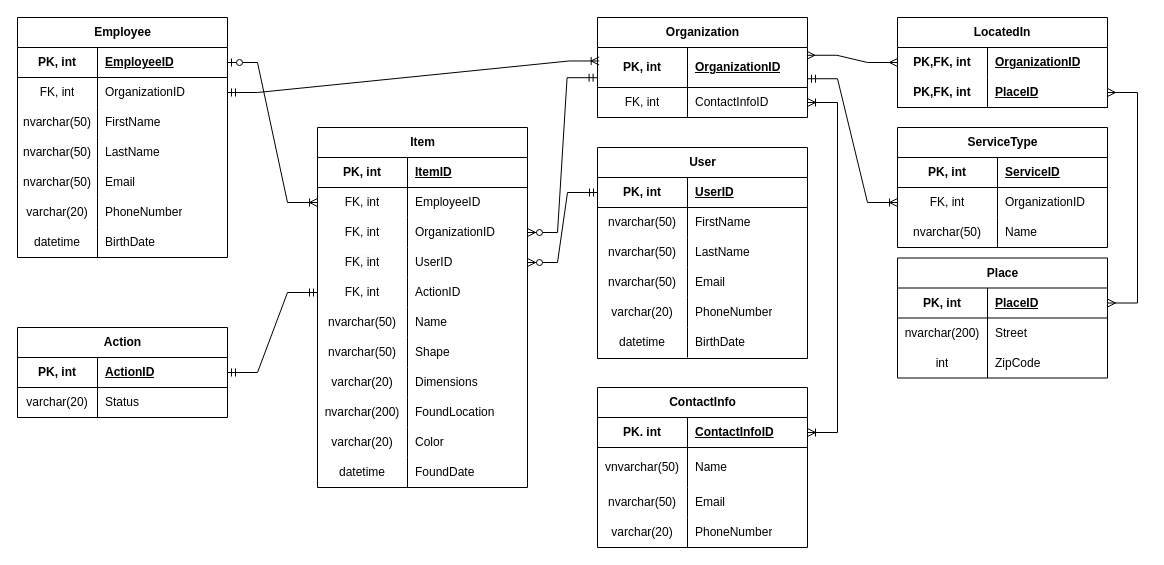
This is physical model.drawio from igor2080/db1_large_project, a draw.io file, before an edit. Source tidied: cells renumbered, new cells numbered last; positions are measured from the earlier drawing's top-left corner, leaving out a move shared by most shapes. Both pictures are drawn from the tidied source at 100%, with x=0, y=0 at pixel (17, 17).
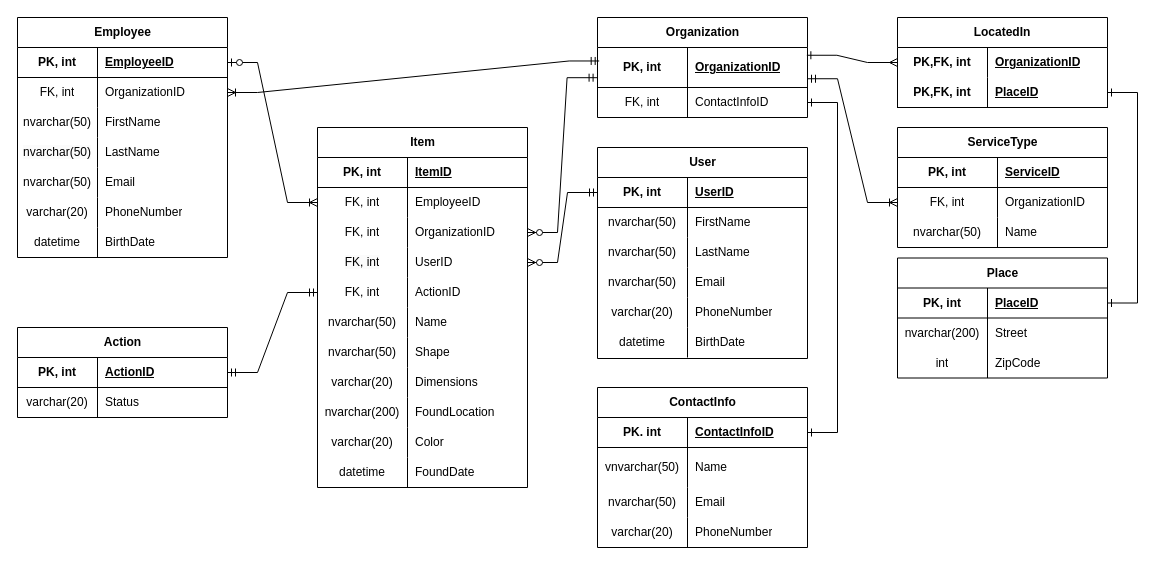
The same page after the edit.

The change refers to these unchanged cells:
```xml
<mxCell id="6" style="shape=tableRow;horizontal=0;startSize=0;swimlaneHead=0;swimlaneBody=0;fillColor=none;points=[[0,0.5],[1,0.5]];portConstraint=eastwest;top=0;left=0;right=0;bottom=0;" parent="2" vertex="1">
  <mxGeometry y="60" width="210" height="30" as="geometry" />
</mxCell>
<mxCell id="68" style="shape=tableRow;horizontal=0;startSize=0;swimlaneHead=0;swimlaneBody=0;fillColor=none;points=[[0,0.5],[1,0.5]];portConstraint=eastwest;top=0;left=0;right=0;bottom=1;" parent="67" vertex="1">
  <mxGeometry y="30" width="210" height="40" as="geometry" />
</mxCell>
<mxCell id="71" style="shape=tableRow;horizontal=0;startSize=0;swimlaneHead=0;swimlaneBody=0;fillColor=none;points=[[0,0.5],[1,0.5]];portConstraint=eastwest;top=0;left=0;right=0;bottom=0;" parent="67" vertex="1">
  <mxGeometry y="70" width="210" height="30" as="geometry" />
</mxCell>
<mxCell id="97" style="shape=tableRow;horizontal=0;startSize=0;swimlaneHead=0;swimlaneBody=0;fillColor=none;points=[[0,0.5],[1,0.5]];portConstraint=eastwest;top=0;left=0;right=0;bottom=1;" parent="96" vertex="1">
  <mxGeometry y="30" width="210" height="30" as="geometry" />
</mxCell>
<mxCell id="111" style="shape=tableRow;horizontal=0;startSize=0;swimlaneHead=0;swimlaneBody=0;fillColor=none;points=[[0,0.5],[1,0.5]];portConstraint=eastwest;top=0;left=0;right=0;bottom=0;html=1;" parent="110" vertex="1">
  <mxGeometry y="30" width="210" height="30" as="geometry" />
</mxCell>
<mxCell id="114" style="shape=tableRow;horizontal=0;startSize=0;swimlaneHead=0;swimlaneBody=0;fillColor=none;points=[[0,0.5],[1,0.5]];portConstraint=eastwest;top=0;left=0;right=0;bottom=1;html=1;" parent="110" vertex="1">
  <mxGeometry y="60" width="210" height="30" as="geometry" />
</mxCell>
<mxCell id="130" style="shape=tableRow;horizontal=0;startSize=0;swimlaneHead=0;swimlaneBody=0;fillColor=none;points=[[0,0.5],[1,0.5]];portConstraint=eastwest;top=0;left=0;right=0;bottom=1;" parent="129" vertex="1">
  <mxGeometry y="30" width="210" height="30" as="geometry" />
</mxCell>
```

What changed in the source:
```diff
@@
-    <mxCell id="75" style="edgeStyle=entityRelationEdgeStyle;fontSize=12;html=1;endArrow=ERoneToMany;startArrow=ERmandOne;rounded=0;entryX=0.008;entryY=0.337;entryDx=0;entryDy=0;entryPerimeter=0;" parent="1" edge="1" source="6" target="68">
+    <mxCell id="75" style="edgeStyle=entityRelationEdgeStyle;fontSize=12;html=1;endArrow=ERmandOne;startArrow=ERoneToMany;rounded=0;entryX=0.008;entryY=0.337;entryDx=0;entryDy=0;entryPerimeter=0;endFill=0;startFill=0;" parent="1" edge="1" source="6" target="68">
       <mxGeometry relative="1" as="geometry" />
     </mxCell>
@@
-    <mxCell id="109" style="edgeStyle=entityRelationEdgeStyle;fontSize=12;html=1;endArrow=ERoneToMany;startArrow=ERoneToMany;rounded=0;" parent="1" edge="1" source="97" target="71">
+    <mxCell id="109" style="edgeStyle=entityRelationEdgeStyle;fontSize=12;html=1;endArrow=ERone;startArrow=ERone;rounded=0;startFill=0;endFill=0;" parent="1" edge="1" source="97" target="71">
       <mxGeometry relative="1" as="geometry" />
     </mxCell>
@@
-    <mxCell id="117" style="edgeStyle=entityRelationEdgeStyle;fontSize=12;html=1;endArrow=ERmany;startArrow=ERmany;rounded=0;exitX=0.997;exitY=0.194;exitDx=0;exitDy=0;exitPerimeter=0;" parent="1" edge="1" source="68" target="111">
+    <mxCell id="117" style="edgeStyle=entityRelationEdgeStyle;fontSize=12;html=1;endArrow=ERmany;startArrow=ERone;rounded=0;exitX=0.997;exitY=0.194;exitDx=0;exitDy=0;exitPerimeter=0;startFill=0;" parent="1" edge="1" source="68" target="111">
       <mxGeometry relative="1" as="geometry" />
     </mxCell>
@@
-    <mxCell id="139" style="edgeStyle=entityRelationEdgeStyle;fontSize=12;html=1;endArrow=ERmany;startArrow=ERmany;rounded=0;" parent="1" edge="1" source="114" target="130">
+    <mxCell id="139" style="edgeStyle=entityRelationEdgeStyle;fontSize=12;html=1;endArrow=ERone;startArrow=ERone;rounded=0;startFill=0;endFill=0;" parent="1" edge="1" source="114" target="130">
       <mxGeometry relative="1" as="geometry" />
     </mxCell>
```
